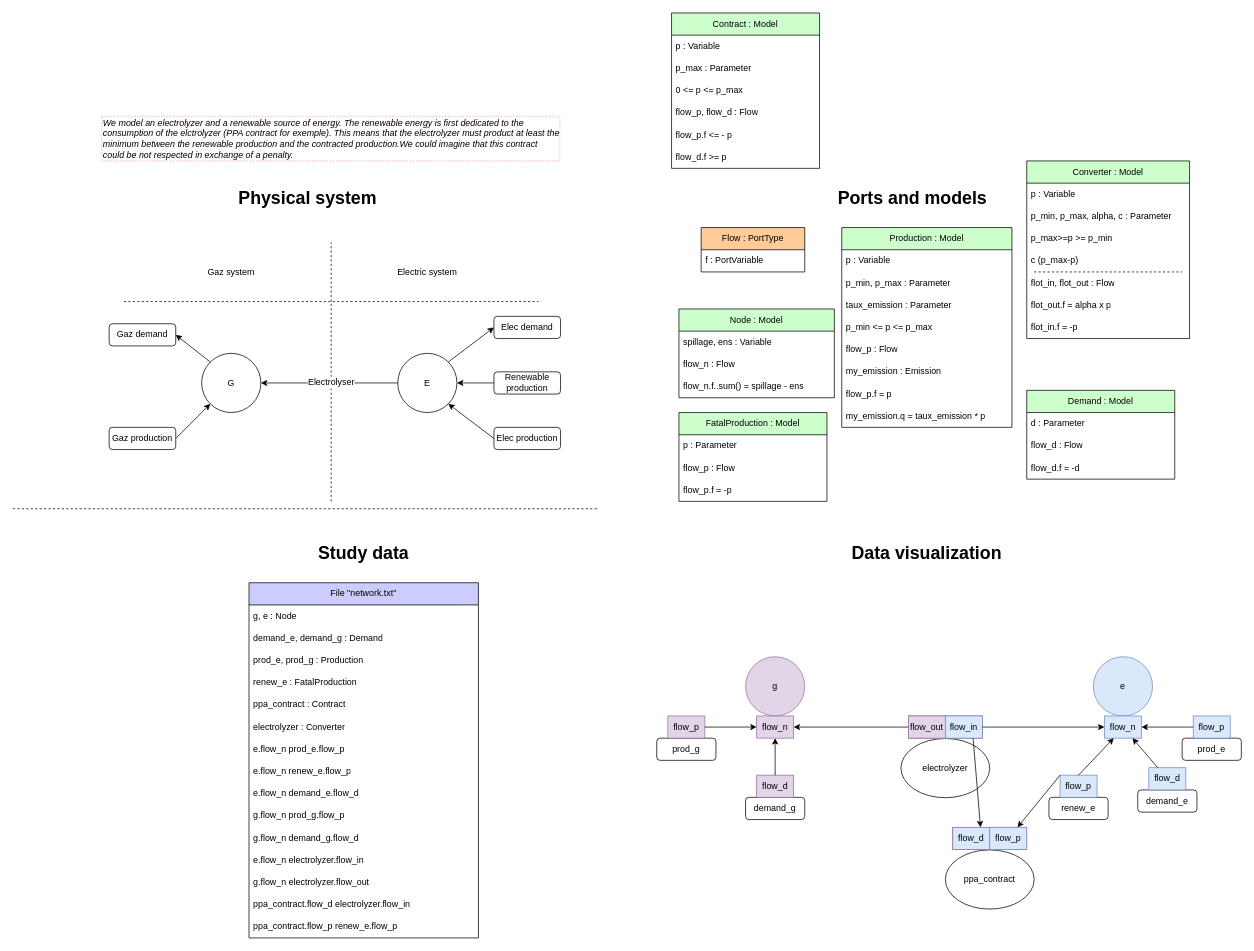
Before: page "systems_liked_contract" (1 of 3) of models-design/systems/electrolyzer_subject_to_renawable.drawio in AntaresSimulatorTeam/andromede-modeling-prototype, a draw.io diagram. Source tidied: cells renumbered, new cells numbered last; positions are measured from the earlier drawing's top-left corner, leaving out a move shared by most shapes. Both pictures are drawn from the tidied source at 74%, with x=0, y=0 at pixel (13, 13).
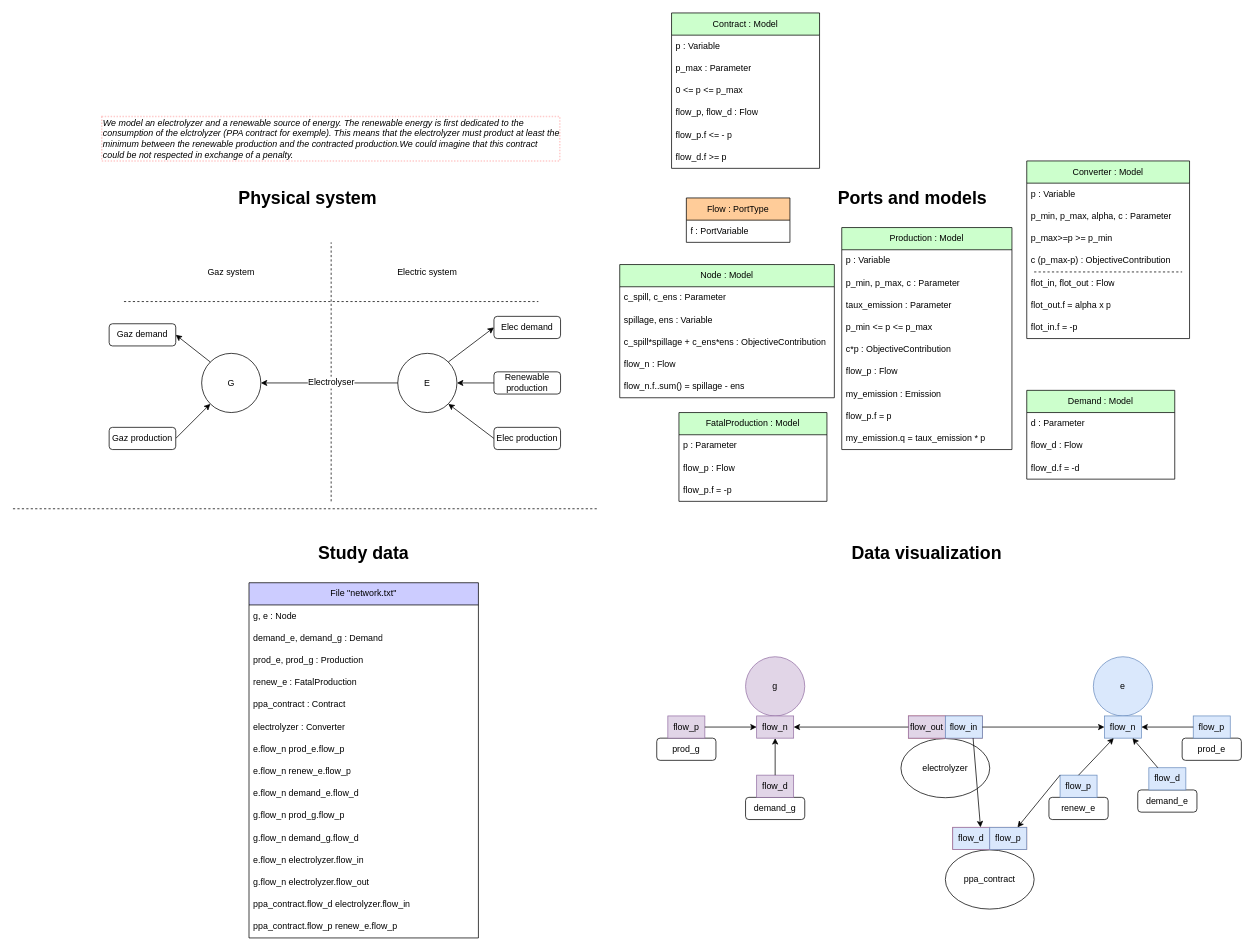
Above is the later version.

Unchanged cells that the change refers to:
```xml
<mxCell id="21" style="group;" parent="1" vertex="1">
  <mxGeometry x="880" y="230" width="710" height="460" as="geometry" />
</mxCell>
<mxCell id="29" value="&lt;font color=&quot;#000000&quot;&gt;Converter : Model&lt;/font&gt;" style="swimlane;fontStyle=0;horizontal=1;startSize=30;whiteSpace=wrap;html=1;fillColor=#CCFFCC;" parent="21" vertex="1">
  <mxGeometry x="490" y="-30" width="220" height="240" as="geometry" />
</mxCell>
```

What changed in the source:
```diff
@@
     <mxCell id="23" value="Flow : PortType" style="swimlane;fontStyle=0;horizontal=1;startSize=30;whiteSpace=wrap;html=1;fillColor=#FFCC99;" parent="21" vertex="1">
-      <mxGeometry x="50" y="60" width="140" height="60" as="geometry" />
+      <mxGeometry x="30" y="20" width="140" height="60" as="geometry" />
     </mxCell>
@@
-    <mxCell id="25" value="Node : Model" style="swimlane;fontStyle=0;horizontal=1;startSize=30;whiteSpace=wrap;html=1;fillColor=#CCFFCC;fontColor=#000000;" parent="21" vertex="1">
-      <mxGeometry x="20" y="170" width="210" height="120" as="geometry" />
-    </mxCell>
-    <mxCell id="26" value="spillage, ens : Variable" style="text;strokeColor=none;fillColor=none;align=left;verticalAlign=middle;spacingLeft=4;spacingRight=4;overflow=hidden;whiteSpace=wrap;html=1;" parent="25" vertex="1">
-      <mxGeometry y="30" width="210" height="30" as="geometry" />
-    </mxCell>
-    <mxCell id="27" value="flow_n : Flow" style="text;strokeColor=none;fillColor=none;align=left;verticalAlign=middle;spacingLeft=4;spacingRight=4;overflow=hidden;whiteSpace=wrap;html=1;" parent="25" vertex="1">
-      <mxGeometry y="60" width="210" height="30" as="geometry" />
-    </mxCell>
-    <mxCell id="28" value="flow_n.f..sum() = spillage - ens" style="text;strokeColor=none;fillColor=none;align=left;verticalAlign=middle;spacingLeft=4;spacingRight=4;overflow=hidden;whiteSpace=wrap;html=1;" parent="25" vertex="1">
-      <mxGeometry y="90" width="210" height="30" as="geometry" />
-    </mxCell>
@@
-    <mxCell id="33" value="c (p_max-p)" style="text;strokeColor=none;fillColor=none;align=left;verticalAlign=middle;spacingLeft=4;spacingRight=4;overflow=hidden;whiteSpace=wrap;html=1;" parent="29" vertex="1">
+    <mxCell id="33" value="c (p_max-p) : ObjectiveContribution" style="text;strokeColor=none;fillColor=none;align=left;verticalAlign=middle;spacingLeft=4;spacingRight=4;overflow=hidden;whiteSpace=wrap;html=1;" parent="29" vertex="1">
       <mxGeometry y="120" width="220" height="30" as="geometry" />
     </mxCell>
@@
+    <mxCell id="25" value="Node : Model" style="swimlane;fontStyle=0;horizontal=1;startSize=30;whiteSpace=wrap;html=1;fillColor=#CCFFCC;fontColor=#000000;" parent="21" vertex="1">
+      <mxGeometry x="-60" y="110" width="290" height="180" as="geometry" />
+    </mxCell>
+    <mxCell id="124" value="c_spill, c_ens : Parameter" style="text;strokeColor=none;fillColor=none;align=left;verticalAlign=middle;spacingLeft=4;spacingRight=4;overflow=hidden;whiteSpace=wrap;html=1;" parent="25" vertex="1">
+      <mxGeometry y="30" width="290" height="30" as="geometry" />
+    </mxCell>
+    <mxCell id="26" value="spillage, ens : Variable" style="text;strokeColor=none;fillColor=none;align=left;verticalAlign=middle;spacingLeft=4;spacingRight=4;overflow=hidden;whiteSpace=wrap;html=1;" parent="25" vertex="1">
+      <mxGeometry y="60" width="290" height="30" as="geometry" />
+    </mxCell>
+    <mxCell id="125" value="c_spill*spillage + c_ens*ens : ObjectiveContribution" style="text;strokeColor=none;fillColor=none;align=left;verticalAlign=middle;spacingLeft=4;spacingRight=4;overflow=hidden;whiteSpace=wrap;html=1;" parent="25" vertex="1">
+      <mxGeometry y="90" width="290" height="30" as="geometry" />
+    </mxCell>
+    <mxCell id="27" value="flow_n : Flow" style="text;strokeColor=none;fillColor=none;align=left;verticalAlign=middle;spacingLeft=4;spacingRight=4;overflow=hidden;whiteSpace=wrap;html=1;" parent="25" vertex="1">
+      <mxGeometry y="120" width="290" height="30" as="geometry" />
+    </mxCell>
+    <mxCell id="28" value="flow_n.f..sum() = spillage - ens" style="text;strokeColor=none;fillColor=none;align=left;verticalAlign=middle;spacingLeft=4;spacingRight=4;overflow=hidden;whiteSpace=wrap;html=1;" parent="25" vertex="1">
+      <mxGeometry y="150" width="290" height="30" as="geometry" />
+    </mxCell>
@@
     <mxCell id="98" value="Production : Model" style="swimlane;fontStyle=0;horizontal=1;startSize=30;whiteSpace=wrap;html=1;fillColor=#CCFFCC;fontColor=#000000;" parent="1" vertex="1">
-      <mxGeometry x="1120" y="290" width="230" height="270" as="geometry" />
+      <mxGeometry x="1120" y="290" width="230" height="300" as="geometry" />
     </mxCell>
@@
-    <mxCell id="100" value="p_min, p_max : Parameter" style="text;strokeColor=none;fillColor=none;align=left;verticalAlign=middle;spacingLeft=4;spacingRight=4;overflow=hidden;whiteSpace=wrap;html=1;" parent="98" vertex="1">
+    <mxCell id="100" value="p_min, p_max, c : Parameter" style="text;strokeColor=none;fillColor=none;align=left;verticalAlign=middle;spacingLeft=4;spacingRight=4;overflow=hidden;whiteSpace=wrap;html=1;" parent="98" vertex="1">
       <mxGeometry y="60" width="230" height="30" as="geometry" />
     </mxCell>
@@
+    <mxCell id="126" value="c*p : ObjectiveContribution" style="text;strokeColor=none;fillColor=none;align=left;verticalAlign=middle;spacingLeft=4;spacingRight=4;overflow=hidden;whiteSpace=wrap;html=1;" parent="98" vertex="1">
+      <mxGeometry y="150" width="230" height="30" as="geometry" />
+    </mxCell>
     <mxCell id="103" value="flow_p : Flow" style="text;strokeColor=none;fillColor=none;align=left;verticalAlign=middle;spacingLeft=4;spacingRight=4;overflow=hidden;whiteSpace=wrap;html=1;" parent="98" vertex="1">
-      <mxGeometry y="150" width="230" height="30" as="geometry" />
+      <mxGeometry y="180" width="230" height="30" as="geometry" />
     </mxCell>
     <mxCell id="104" value="my_emission : Emission" style="text;strokeColor=none;fillColor=none;align=left;verticalAlign=middle;spacingLeft=4;spacingRight=4;overflow=hidden;whiteSpace=wrap;html=1;" parent="98" vertex="1">
-      <mxGeometry y="180" width="230" height="30" as="geometry" />
+      <mxGeometry y="210" width="230" height="30" as="geometry" />
     </mxCell>
     <mxCell id="105" value="flow_p.f = p" style="text;strokeColor=none;fillColor=none;align=left;verticalAlign=middle;spacingLeft=4;spacingRight=4;overflow=hidden;whiteSpace=wrap;html=1;" parent="98" vertex="1">
-      <mxGeometry y="210" width="230" height="30" as="geometry" />
+      <mxGeometry y="240" width="230" height="30" as="geometry" />
     </mxCell>
     <mxCell id="106" value="my_emission.q = taux_emission * p" style="text;strokeColor=none;fillColor=none;align=left;verticalAlign=middle;spacingLeft=4;spacingRight=4;overflow=hidden;whiteSpace=wrap;html=1;" parent="98" vertex="1">
-      <mxGeometry y="240" width="230" height="30" as="geometry" />
+      <mxGeometry y="270" width="230" height="30" as="geometry" />
     </mxCell>
```
